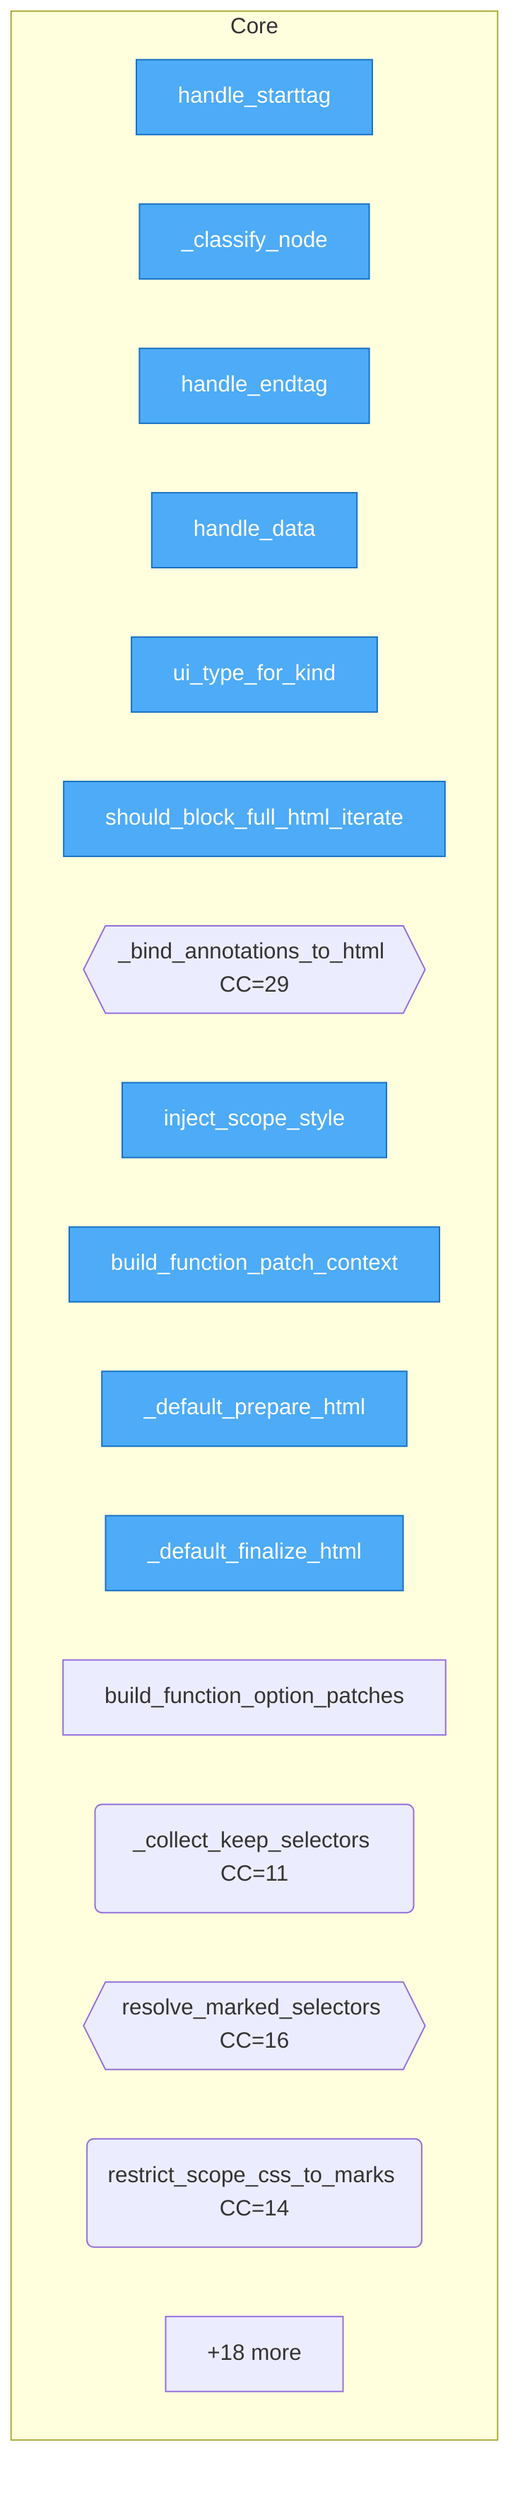
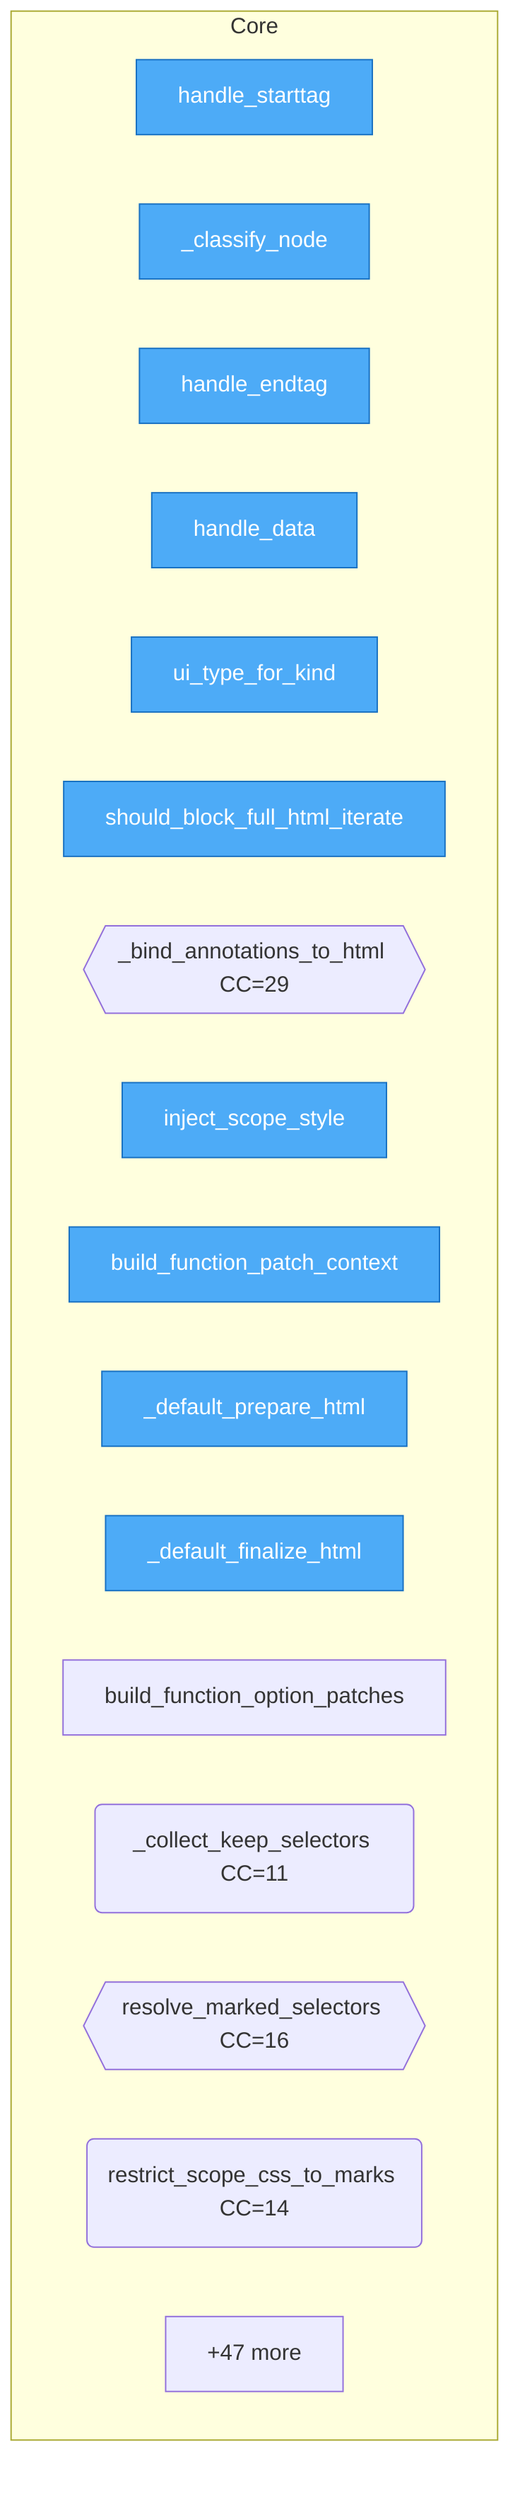
flowchart TD
%% generated in 0.00s

    %% Entry points (blue)
    classDef entry fill:#4dabf7,stroke:#1971c2,color:#fff

    subgraph Core
        repatch__project_ir___ProjectIRParser__handle_starttag["handle_starttag"]
        repatch__project_ir___ProjectIRParser___classify_node["_classify_node"]
        repatch__project_ir___ProjectIRParser__handle_endtag["handle_endtag"]
        repatch__project_ir___ProjectIRParser__handle_data["handle_data"]
        repatch__scope__ui_type_for_kind["ui_type_for_kind"]
        repatch__scope__should_block_full_html_iterate["should_block_full_html_iterate"]
        repatch__scope___bind_annotations_to_html{{_bind_annotations_to_html CC=29}}
        repatch__scope__inject_scope_style["inject_scope_style"]
        repatch__dom_patch__build_function_patch_context["build_function_patch_context"]
        repatch__dom_patch___default_prepare_html["_default_prepare_html"]
        repatch__dom_patch___default_finalize_html["_default_finalize_html"]
        repatch__dom_patch__build_function_option_patches["build_function_option_patches"]
        repatch__marked_context___collect_keep_selectors("_collect_keep_selectors CC=11")
        repatch__marked_context__resolve_marked_selectors{{resolve_marked_selectors CC=16}}
        repatch__marked_context__restrict_scope_css_to_marks("restrict_scope_css_to_marks CC=14")
-         ...["+18 more"]
+         ...["+47 more"]
    end

    class repatch__project_ir___ProjectIRParser__handle_starttag,repatch__project_ir___ProjectIRParser___classify_node,repatch__project_ir___ProjectIRParser__handle_endtag,repatch__project_ir___ProjectIRParser__handle_data,repatch__scope__ui_type_for_kind,repatch__scope__should_block_full_html_iterate,repatch__scope__inject_scope_style,repatch__dom_patch__build_function_patch_context,repatch__dom_patch___default_prepare_html,repatch__dom_patch___default_finalize_html entry
